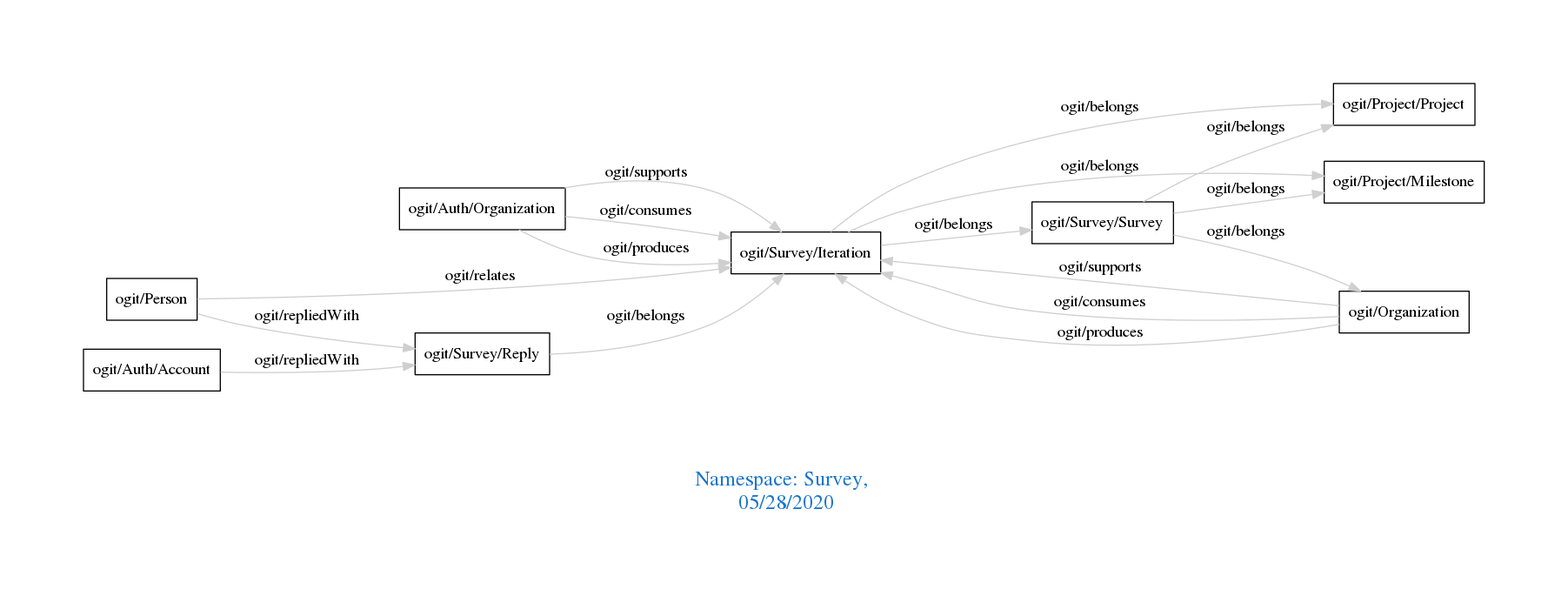
This is downloads/Survey.png from arago/OGIT, a Graphviz export, as it was before one commit. Its source is kept beside it as downloads/Survey.dot.
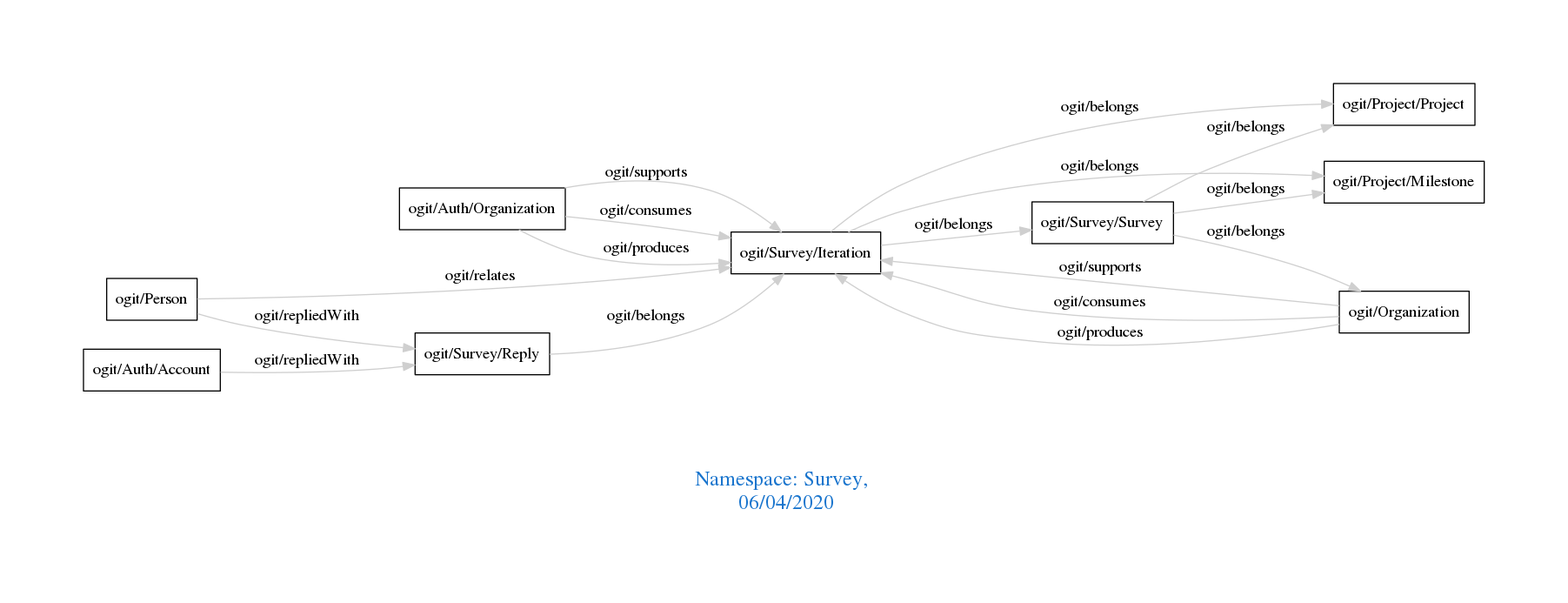
After the change.

Diff of the diagram source:
```diff
@@ -1,7 +1,7 @@
 digraph OGIT_ontology {
  graph [ rankdir= LR,pad=1
 fontsize = 18,
-fontcolor= dodgerblue3,label = "\n\n\nNamespace: Survey, \n 05/28/2020"];
+fontcolor= dodgerblue3,label = "\n\n\nNamespace: Survey, \n 06/04/2020"];
 node[shape=polygon];
 edge [  color="gray81"];
 
```
